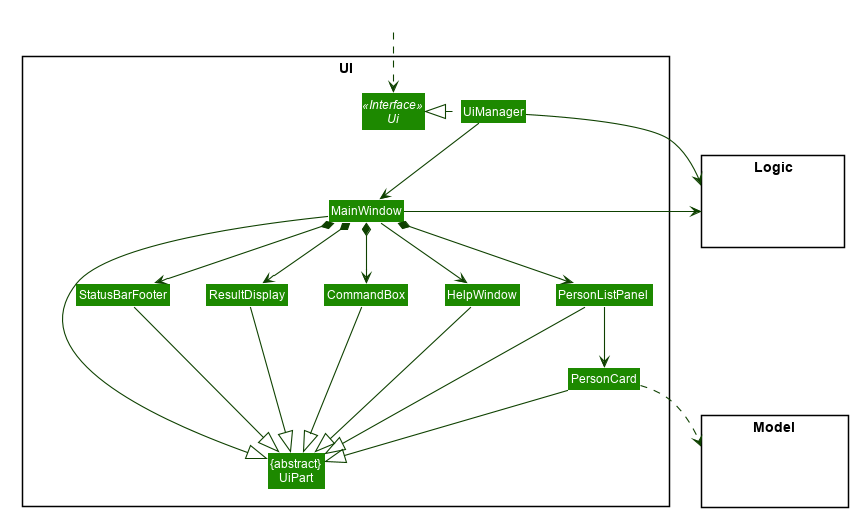
The PlantUML diagram docs/images/UiClassDiagram.png in nus-cs2103-AY2021S2/tp, before a commit. Source of this version:
```plantuml
@startuml








skinparam BackgroundColor #FFFFFFF

skinparam Shadowing false

skinparam Class {
    FontColor #FFFFFF
    BorderThickness 1
    BorderColor #FFFFFF
    StereotypeFontColor #FFFFFF
    FontName Arial
}

skinparam Actor {
    BorderColor #000000
    Color #000000
    FontName Arial
}

skinparam Sequence {
    MessageAlign center
    BoxFontSize 15
    BoxPadding 0
    BoxFontColor #FFFFFF
    FontName Arial
}

skinparam Participant {
    FontColor #FFFFFFF
    Padding 20
}

skinparam MinClassWidth 50
skinparam ParticipantPadding 10
skinparam Shadowing false
skinparam DefaultTextAlignment center
skinparam packageStyle Rectangle

hide footbox
hide members
hide circle
skinparam arrowThickness 1.1
skinparam arrowColor #0E4100
skinparam classBackgroundColor #1D8900

package UI <<Rectangle>>{
Interface Ui <<Interface>>
Class "{abstract}\nUiPart" as UiPart
Class UiManager
Class MainWindow
Class HelpWindow
Class ResultDisplay
Class PersonListPanel
Class PersonCard
Class StatusBarFooter
Class CommandBox
}

package Model <<Rectangle>> {
Class HiddenModel #FFFFFF
}

package Logic <<Rectangle>> {
Class HiddenLogic #FFFFFF
}

Class HiddenOutside #FFFFFF
HiddenOutside ..> Ui

UiManager .left.|> Ui
UiManager -down-> MainWindow
MainWindow --> HelpWindow
MainWindow *-down-> CommandBox
MainWindow *-down-> ResultDisplay
MainWindow *-down-> PersonListPanel
MainWindow *-down-> StatusBarFooter

PersonListPanel -down-> PersonCard

MainWindow -left-|> UiPart

ResultDisplay --|> UiPart
CommandBox --|> UiPart
PersonListPanel --|> UiPart
PersonCard --|> UiPart
StatusBarFooter --|> UiPart
HelpWindow -down-|> UiPart

PersonCard ..> Model
UiManager -right-> Logic
MainWindow -left-> Logic

PersonListPanel -[hidden]left- HelpWindow
HelpWindow -[hidden]left- CommandBox
CommandBox -[hidden]left- ResultDisplay
ResultDisplay -[hidden]left- StatusBarFooter

MainWindow -[hidden]-|> UiPart
@enduml
```
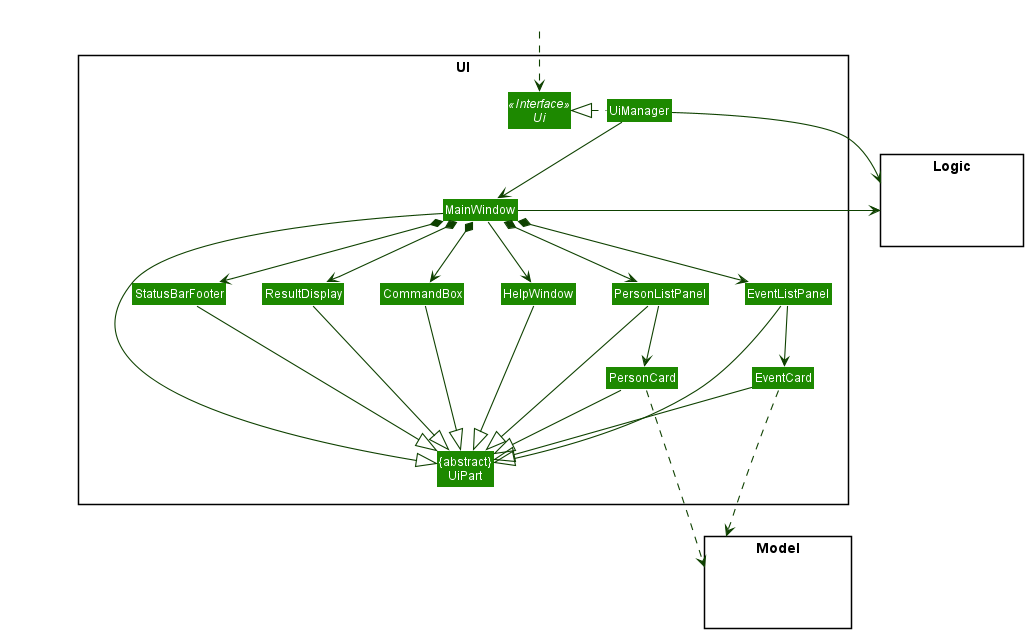
After the commit.

Diff of the diagram source:
```diff
@@ -1,55 +1,8 @@
 @startuml
-
-
-
-
-
-
-
-
-skinparam BackgroundColor #FFFFFFF
-
-skinparam Shadowing false
-
-skinparam Class {
-    FontColor #FFFFFF
-    BorderThickness 1
-    BorderColor #FFFFFF
-    StereotypeFontColor #FFFFFF
-    FontName Arial
-}
-
-skinparam Actor {
-    BorderColor #000000
-    Color #000000
-    FontName Arial
-}
-
-skinparam Sequence {
-    MessageAlign center
-    BoxFontSize 15
-    BoxPadding 0
-    BoxFontColor #FFFFFF
-    FontName Arial
-}
-
-skinparam Participant {
-    FontColor #FFFFFFF
-    Padding 20
-}
-
-skinparam MinClassWidth 50
-skinparam ParticipantPadding 10
-skinparam Shadowing false
-skinparam DefaultTextAlignment center
-skinparam packageStyle Rectangle
-
-hide footbox
-hide members
-hide circle
+!include style.puml
 skinparam arrowThickness 1.1
-skinparam arrowColor #0E4100
-skinparam classBackgroundColor #1D8900
+skinparam arrowColor UI_COLOR_T4
+skinparam classBackgroundColor UI_COLOR
 
 package UI <<Rectangle>>{
 Interface Ui <<Interface>>
@@ -60,6 +13,8 @@
 Class ResultDisplay
 Class PersonListPanel
 Class PersonCard
+Class EventListPanel
+Class EventCard
 Class StatusBarFooter
 Class CommandBox
 }
@@ -81,20 +36,25 @@
 MainWindow *-down-> CommandBox
 MainWindow *-down-> ResultDisplay
 MainWindow *-down-> PersonListPanel
+MainWindow *-down-> EventListPanel
 MainWindow *-down-> StatusBarFooter
 
-PersonListPanel -down-> PersonCard
+PersonListPanel --> PersonCard
+EventListPanel --> EventCard
 
 MainWindow -left-|> UiPart
 
 ResultDisplay --|> UiPart
 CommandBox --|> UiPart
 PersonListPanel --|> UiPart
+EventListPanel --|> UiPart
 PersonCard --|> UiPart
+EventCard --|> UiPart
 StatusBarFooter --|> UiPart
 HelpWindow -down-|> UiPart
 
-PersonCard ..> Model
+PersonCard ..-> Model
+EventCard ..-> Model
 UiManager -right-> Logic
 MainWindow -left-> Logic
 
```
